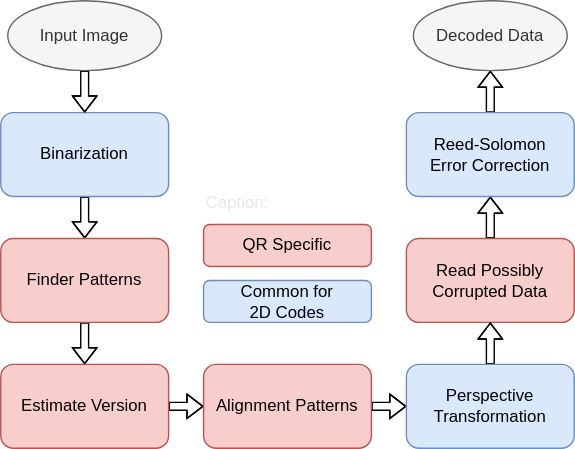
The draw.io diagram DecodingStepsDiagram.drawio.svg in vestr-at-work/open-reader, before a commit. Source tidied: cells renumbered, new cells last; positions are measured from the earlier drawing's top-left corner, leaving out a move shared by most shapes.
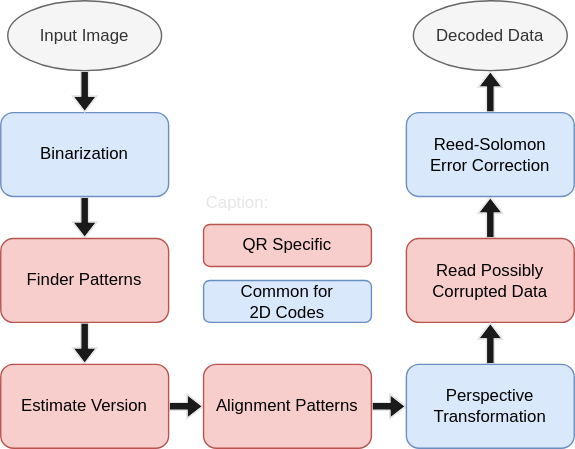
Above is the later version.

Commit message:
Fix diagram colors

Change to the diagram source:
```diff
@@ -2,43 +2,43 @@
   <root>
     <mxCell id="0" />
     <mxCell id="1" parent="0" />
-    <mxCell id="2" style="edgeStyle=orthogonalEdgeStyle;rounded=0;jettySize=auto;html=1;shape=flexArrow;fillColor=none;width=5.625;endSize=3.45625;endWidth=10.859375;" parent="1" edge="1" source="3" target="5">
+    <mxCell id="2" style="edgeStyle=orthogonalEdgeStyle;rounded=0;jettySize=auto;html=1;shape=flexArrow;fillColor=#1A1A1A;width=5.625;endSize=3.45625;endWidth=10.859375;strokeColor=#E6E6E6;shadow=0;" parent="1" edge="1" source="3" target="5">
       <mxGeometry relative="1" as="geometry" />
     </mxCell>
     <mxCell id="3" value="&lt;div&gt;Binarization&lt;/div&gt;" style="rounded=1;whiteSpace=wrap;html=1;fillColor=#dae8fc;strokeColor=#6c8ebf;" parent="1" vertex="1">
       <mxGeometry y="80" width="120" height="60" as="geometry" />
     </mxCell>
-    <mxCell id="4" style="edgeStyle=orthogonalEdgeStyle;rounded=0;jettySize=auto;html=1;shape=flexArrow;fillColor=none;width=5.625;endSize=3.45625;endWidth=10.859375;" parent="1" edge="1" source="5" target="7">
+    <mxCell id="4" style="edgeStyle=orthogonalEdgeStyle;rounded=0;jettySize=auto;html=1;shape=flexArrow;fillColor=#1A1A1A;width=5.625;endSize=3.45625;endWidth=10.859375;strokeColor=#E6E6E6;shadow=0;" parent="1" edge="1" source="5" target="7">
       <mxGeometry relative="1" as="geometry" />
     </mxCell>
     <mxCell id="5" value="&lt;div&gt;Finder Patterns&lt;/div&gt;" style="rounded=1;whiteSpace=wrap;html=1;fillColor=#f8cecc;strokeColor=#b85450;" parent="1" vertex="1">
       <mxGeometry y="170" width="120" height="60" as="geometry" />
     </mxCell>
-    <mxCell id="6" style="edgeStyle=orthogonalEdgeStyle;rounded=0;jettySize=auto;html=1;shape=flexArrow;fillColor=none;width=5.625;endSize=3.45625;endWidth=10.859375;" parent="1" edge="1" source="7" target="9">
+    <mxCell id="6" style="edgeStyle=orthogonalEdgeStyle;rounded=0;jettySize=auto;html=1;shape=flexArrow;fillColor=#1A1A1A;width=5.625;endSize=3.45625;endWidth=10.859375;strokeColor=#E6E6E6;shadow=0;" parent="1" edge="1" source="7" target="9">
       <mxGeometry relative="1" as="geometry" />
     </mxCell>
     <mxCell id="7" value="&lt;div&gt;Estimate Version&lt;/div&gt;" style="rounded=1;whiteSpace=wrap;html=1;fillColor=#f8cecc;strokeColor=#b85450;" parent="1" vertex="1">
       <mxGeometry y="260" width="120" height="60" as="geometry" />
     </mxCell>
-    <mxCell id="8" style="edgeStyle=orthogonalEdgeStyle;rounded=0;jettySize=auto;html=1;shape=flexArrow;fillColor=none;width=5.625;endSize=3.45625;endWidth=10.859375;" parent="1" edge="1" source="9" target="15">
+    <mxCell id="8" style="edgeStyle=orthogonalEdgeStyle;rounded=0;jettySize=auto;html=1;shape=flexArrow;fillColor=#1A1A1A;width=5.625;endSize=3.45625;endWidth=10.859375;strokeColor=#E6E6E6;shadow=0;" parent="1" edge="1" source="9" target="15">
       <mxGeometry relative="1" as="geometry" />
     </mxCell>
     <mxCell id="9" value="&lt;div&gt;Alignment Patterns&lt;/div&gt;" style="rounded=1;whiteSpace=wrap;html=1;fillColor=#f8cecc;strokeColor=#b85450;" parent="1" vertex="1">
       <mxGeometry x="145" y="260" width="120" height="60" as="geometry" />
     </mxCell>
-    <mxCell id="10" style="edgeStyle=orthogonalEdgeStyle;rounded=0;jettySize=auto;html=1;shape=flexArrow;fillColor=none;width=5.625;endSize=3.45625;endWidth=10.859375;" parent="1" edge="1" source="11" target="13">
+    <mxCell id="10" style="edgeStyle=orthogonalEdgeStyle;rounded=0;jettySize=auto;html=1;shape=flexArrow;fillColor=#1A1A1A;width=5.625;endSize=3.45625;endWidth=10.859375;strokeColor=#E6E6E6;shadow=0;" parent="1" edge="1" source="11" target="13">
       <mxGeometry relative="1" as="geometry" />
     </mxCell>
     <mxCell id="11" value="&lt;div&gt;Read Possibly&lt;/div&gt;&lt;div&gt;Corrupted Data&lt;/div&gt;" style="rounded=1;whiteSpace=wrap;html=1;fillColor=#f8cecc;strokeColor=#b85450;direction=west;" parent="1" vertex="1">
       <mxGeometry x="290" y="170" width="120" height="60" as="geometry" />
     </mxCell>
-    <mxCell id="12" style="edgeStyle=orthogonalEdgeStyle;rounded=0;jettySize=auto;html=1;shape=flexArrow;fillColor=none;width=5.625;endSize=3.45625;endWidth=10.859375;" parent="1" edge="1" source="13" target="21">
+    <mxCell id="12" style="edgeStyle=orthogonalEdgeStyle;rounded=0;jettySize=auto;html=1;shape=flexArrow;fillColor=#1A1A1A;width=5.625;endSize=3.45625;endWidth=10.859375;strokeColor=#E6E6E6;shadow=0;" parent="1" edge="1" source="13" target="21">
       <mxGeometry relative="1" as="geometry" />
     </mxCell>
     <mxCell id="13" value="Reed-Solomon&lt;br&gt;&lt;div&gt;Error Correction&lt;/div&gt;" style="rounded=1;whiteSpace=wrap;html=1;fillColor=#dae8fc;strokeColor=#6c8ebf;direction=west;" parent="1" vertex="1">
       <mxGeometry x="290" y="80" width="120" height="60" as="geometry" />
     </mxCell>
-    <mxCell id="14" style="edgeStyle=orthogonalEdgeStyle;rounded=0;jettySize=auto;html=1;shape=flexArrow;fillColor=none;width=5.625;endSize=3.45625;endWidth=10.859375;" parent="1" edge="1" source="15" target="11">
+    <mxCell id="14" style="edgeStyle=orthogonalEdgeStyle;rounded=0;jettySize=auto;html=1;shape=flexArrow;fillColor=#1A1A1A;width=5.625;endSize=3.45625;endWidth=10.859375;strokeColor=#E6E6E6;shadow=0;" parent="1" edge="1" source="15" target="11">
       <mxGeometry relative="1" as="geometry" />
     </mxCell>
     <mxCell id="15" value="Perspective&lt;br&gt;Transformation" style="rounded=1;whiteSpace=wrap;html=1;fillColor=#dae8fc;strokeColor=#6c8ebf;direction=west;" parent="1" vertex="1">
@@ -53,7 +53,7 @@
     <mxCell id="18" value="&lt;div align=&quot;left&quot;&gt;Caption:&lt;/div&gt;" style="text;html=1;strokeColor=none;fillColor=none;align=left;verticalAlign=middle;whiteSpace=wrap;rounded=0;fontStyle=0;labelBorderColor=none;labelBackgroundColor=none;fontColor=#E6E6E6;" parent="1" vertex="1">
       <mxGeometry x="145" y="130" width="60" height="30" as="geometry" />
     </mxCell>
-    <mxCell id="19" style="edgeStyle=orthogonalEdgeStyle;rounded=0;jettySize=auto;html=1;shape=flexArrow;fillColor=none;width=5.625;endSize=3.45625;endWidth=10.859375;" parent="1" edge="1" source="20" target="3">
+    <mxCell id="19" style="edgeStyle=orthogonalEdgeStyle;rounded=0;jettySize=auto;html=1;shape=flexArrow;fillColor=#1A1A1A;width=5.625;endSize=3.45625;endWidth=10.859375;strokeColor=#E6E6E6;shadow=0;" parent="1" edge="1" source="20" target="3">
       <mxGeometry relative="1" as="geometry" />
     </mxCell>
     <mxCell id="20" value="&lt;div&gt;Input Image&lt;/div&gt;" style="ellipse;whiteSpace=wrap;html=1;fillColor=#f5f5f5;strokeColor=#666666;fontColor=#333333;" parent="1" vertex="1">
```
